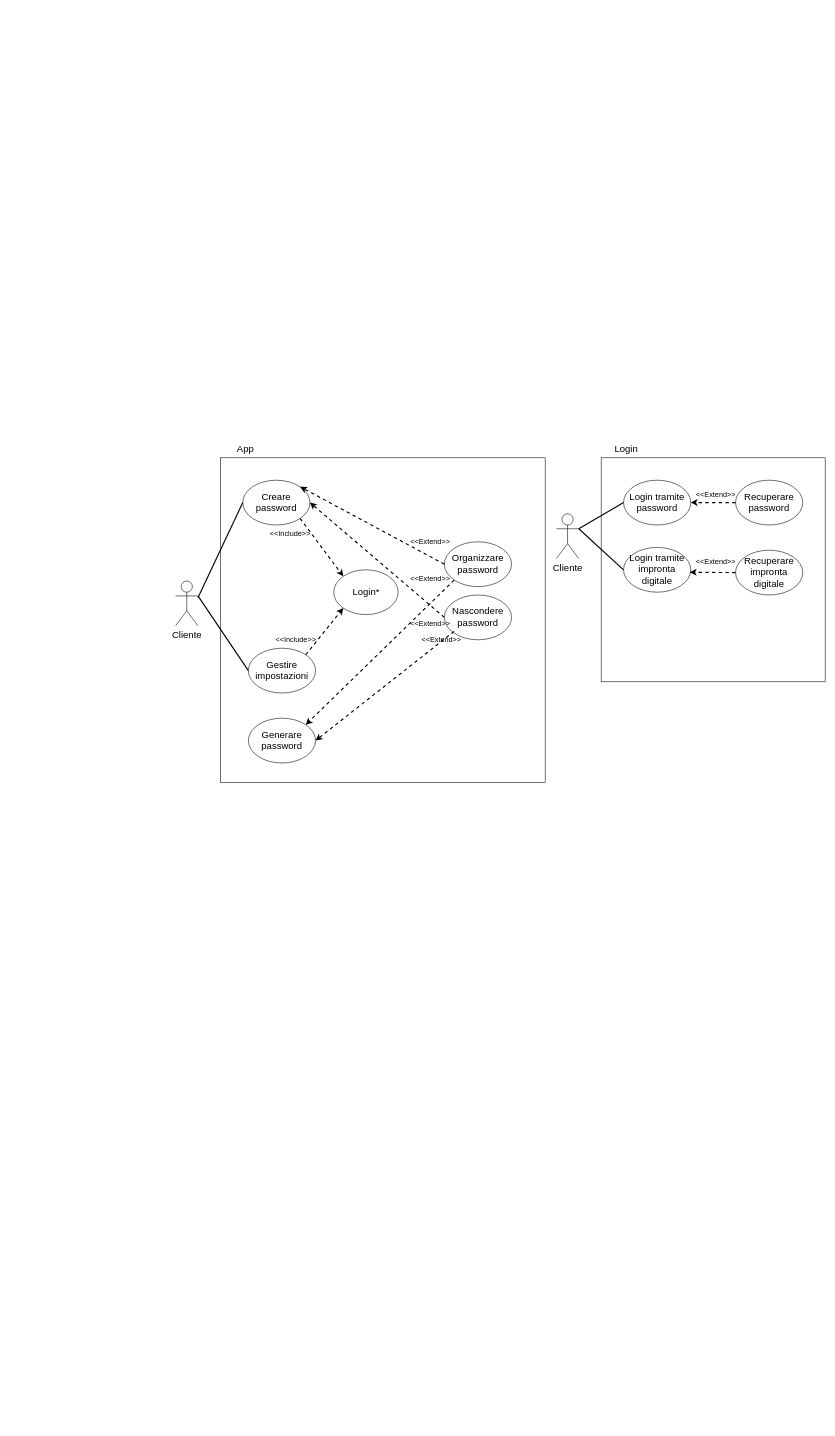
This is 3_Allegati/User Stories/Coso-esercizio.drawio from YehorVerkholomchuk/Modulo322, a draw.io file, before an edit. Source tidied: cells renumbered, new cells numbered last; positions are measured from the earlier drawing's top-left corner, leaving out a move shared by most shapes. Both pictures are drawn from the tidied source at 56%, with x=0, y=0 at pixel (175, 441).
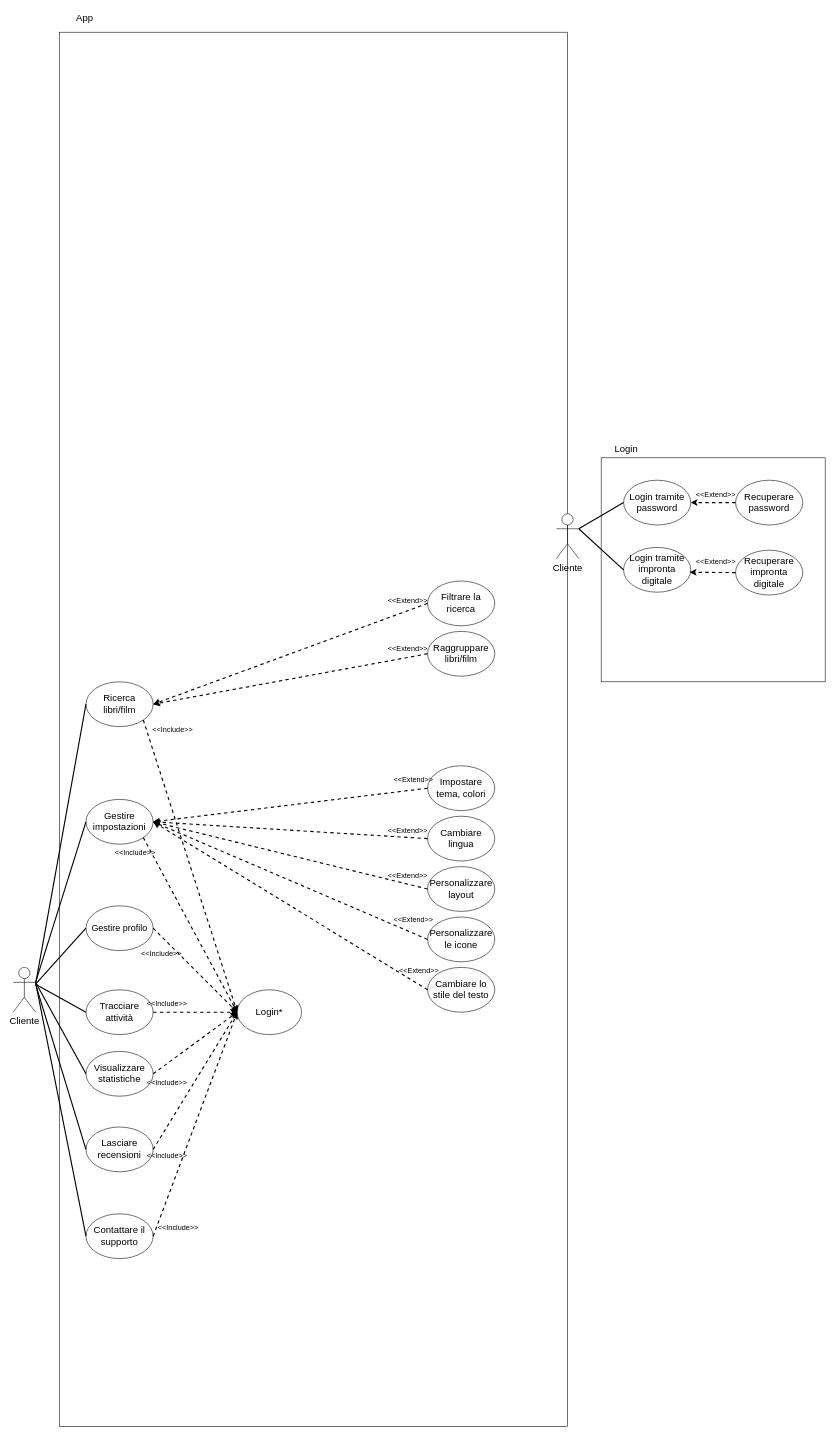
The same page after the edit.

Change to the diagram source:
```diff
@@
+    <mxCell id="38" style="rounded=0;whiteSpace=wrap;html=1;" parent="1" vertex="1">
+      <mxGeometry x="-207" y="-730" width="907" height="2490" as="geometry" />
+    </mxCell>
     <mxCell id="2" value="&lt;font style=&quot;font-size: 17px;&quot;&gt;Cliente&lt;/font&gt;" style="shape=umlActor;verticalLabelPosition=bottom;verticalAlign=top;html=1;outlineConnect=0;" parent="1" vertex="1">
-      <mxGeometry y="250" width="40" height="80" as="geometry" />
+      <mxGeometry x="-290" y="940" width="40" height="80" as="geometry" />
     </mxCell>
-    <mxCell id="3" style="whiteSpace=wrap;html=1;" parent="1" vertex="1">
-      <mxGeometry x="80" y="30" width="580" height="580" as="geometry" />
-    </mxCell>
-    <mxCell id="4" value="&lt;font style=&quot;font-size: 17px;&quot;&gt;Creare password&lt;/font&gt;" style="ellipse;whiteSpace=wrap;html=1;" parent="1" vertex="1">
-      <mxGeometry x="120" y="70" width="120" height="80" as="geometry" />
+    <mxCell id="4" value="&lt;span style=&quot;font-size: 17px;&quot;&gt;Ricerca libri/film&lt;/span&gt;" style="ellipse;whiteSpace=wrap;html=1;" parent="1" vertex="1">
+      <mxGeometry x="-160" y="430" width="120" height="80" as="geometry" />
     </mxCell>
     <mxCell id="5" style="endArrow=none;html=1;rounded=0;entryX=0;entryY=0.5;entryDx=0;entryDy=0;strokeWidth=2;" parent="1" edge="1" target="4">
       <mxGeometry relative="1" as="geometry">
-        <mxPoint x="40" y="280" as="sourcePoint" />
+        <mxPoint x="-250" y="970" as="sourcePoint" />
       </mxGeometry>
     </mxCell>
     <mxCell id="6" value="&lt;font style=&quot;font-size: 17px;&quot;&gt;Gestire impostazioni&lt;/font&gt;" style="ellipse;whiteSpace=wrap;html=1;" parent="1" vertex="1">
-      <mxGeometry x="130" y="370" width="120" height="80" as="geometry" />
+      <mxGeometry x="-160" y="640" width="120" height="80" as="geometry" />
     </mxCell>
@@
     <mxCell id="8" value="&lt;span style=&quot;font-size: 17px;&quot;&gt;App&lt;/span&gt;" style="text;html=1;whiteSpace=wrap;strokeColor=none;fillColor=none;align=center;verticalAlign=middle;rounded=0;" parent="1" vertex="1">
-      <mxGeometry x="80" width="90" height="30" as="geometry" />
+      <mxGeometry x="-207" y="-770" width="90" height="30" as="geometry" />
     </mxCell>
     <mxCell id="9" value="&lt;span style=&quot;font-size: 17px;&quot;&gt;Login*&lt;/span&gt;" style="ellipse;whiteSpace=wrap;html=1;" parent="1" vertex="1">
-      <mxGeometry x="282.5" y="230" width="115" height="80" as="geometry" />
+      <mxGeometry x="110" y="980" width="115" height="80" as="geometry" />
     </mxCell>
-    <mxCell id="10" style="endArrow=classic;dashed=1;html=1;rounded=0;exitX=1;exitY=1;exitDx=0;exitDy=0;entryX=0;entryY=0;entryDx=0;entryDy=0;strokeWidth=2;endFill=1;" parent="1" edge="1" source="4" target="9">
+    <mxCell id="10" style="endArrow=classic;dashed=1;html=1;rounded=0;exitX=1;exitY=1;exitDx=0;exitDy=0;entryX=0;entryY=0.5;entryDx=0;entryDy=0;strokeWidth=2;endFill=1;" parent="1" edge="1" source="4" target="9">
       <mxGeometry relative="1" as="geometry" />
     </mxCell>
     <mxCell id="11" value="&lt;font style=&quot;font-size: 13px;&quot;&gt;&amp;lt;&amp;lt;Include&amp;gt;&amp;gt;&lt;/font&gt;" style="text;html=1;whiteSpace=wrap;strokeColor=none;fillColor=none;align=center;verticalAlign=middle;rounded=0;" parent="1" vertex="1">
-      <mxGeometry x="160" y="150" width="90" height="30" as="geometry" />
+      <mxGeometry x="-50" y="500" width="90" height="30" as="geometry" />
     </mxCell>
-    <mxCell id="12" value="&lt;font style=&quot;font-size: 13px;&quot;&gt;&amp;lt;&amp;lt;Include&amp;gt;&amp;gt;&lt;/font&gt;" style="text;html=1;whiteSpace=wrap;strokeColor=none;fillColor=none;align=center;verticalAlign=middle;rounded=0;" parent="1" vertex="1">
-      <mxGeometry x="170" y="340" width="90" height="30" as="geometry" />
-    </mxCell>
-    <mxCell id="13" style="endArrow=classic;dashed=1;html=1;rounded=0;exitX=1;exitY=0;exitDx=0;exitDy=0;strokeWidth=2;startArrow=none;startFill=0;endFill=1;entryX=0;entryY=1;entryDx=0;entryDy=0;" parent="1" edge="1" source="6" target="9">
+    <mxCell id="13" style="endArrow=classic;dashed=1;html=1;rounded=0;exitX=1;exitY=1;exitDx=0;exitDy=0;strokeWidth=2;startArrow=none;startFill=0;endFill=1;entryX=0;entryY=0.5;entryDx=0;entryDy=0;" parent="1" edge="1" source="6" target="9">
       <mxGeometry relative="1" as="geometry" />
     </mxCell>
-    <mxCell id="14" value="&lt;font style=&quot;font-size: 17px;&quot;&gt;Organizzare password&lt;/font&gt;" style="ellipse;whiteSpace=wrap;html=1;" parent="1" vertex="1">
-      <mxGeometry x="480" y="180" width="120" height="80" as="geometry" />
-    </mxCell>
-    <mxCell id="15" value="&lt;font style=&quot;font-size: 17px;&quot;&gt;Nascondere password&lt;/font&gt;" style="ellipse;whiteSpace=wrap;html=1;" parent="1" vertex="1">
-      <mxGeometry x="480" y="275" width="120" height="80" as="geometry" />
-    </mxCell>
@@
-    <mxCell id="29" style="endArrow=classic;dashed=1;html=1;rounded=0;exitX=0;exitY=0.5;exitDx=0;exitDy=0;strokeWidth=2;startArrow=none;startFill=0;endFill=1;entryX=1;entryY=0;entryDx=0;entryDy=0;" parent="1" edge="1" source="14" target="4">
-      <mxGeometry relative="1" as="geometry" />
-    </mxCell>
-    <mxCell id="30" style="endArrow=classic;dashed=1;html=1;rounded=0;exitX=0;exitY=0.5;exitDx=0;exitDy=0;strokeWidth=2;startArrow=none;startFill=0;endFill=1;entryX=1;entryY=0.5;entryDx=0;entryDy=0;" parent="1" edge="1" source="15" target="4">
-      <mxGeometry relative="1" as="geometry" />
-    </mxCell>
-    <mxCell id="31" value="&lt;font style=&quot;font-size: 13px;&quot;&gt;&amp;lt;&amp;lt;Extend&amp;gt;&amp;gt;&lt;/font&gt;" style="text;html=1;whiteSpace=wrap;strokeColor=none;fillColor=none;align=center;verticalAlign=middle;rounded=0;" parent="1" vertex="1">
-      <mxGeometry x="410" y="230" width="90" height="30" as="geometry" />
-    </mxCell>
-    <mxCell id="32" value="&lt;font style=&quot;font-size: 13px;&quot;&gt;&amp;lt;&amp;lt;Extend&amp;gt;&amp;gt;&lt;/font&gt;" style="text;html=1;whiteSpace=wrap;strokeColor=none;fillColor=none;align=center;verticalAlign=middle;rounded=0;" parent="1" vertex="1">
-      <mxGeometry x="410" y="165" width="90" height="30" as="geometry" />
-    </mxCell>
-    <mxCell id="33" value="&lt;font style=&quot;font-size: 17px;&quot;&gt;Generare password&lt;/font&gt;" style="ellipse;whiteSpace=wrap;html=1;" parent="1" vertex="1">
-      <mxGeometry x="130" y="495" width="120" height="80" as="geometry" />
+    <mxCell id="33" value="&lt;span style=&quot;font-size: 16px;&quot;&gt;Gestire profilo&lt;/span&gt;" style="ellipse;whiteSpace=wrap;html=1;" parent="1" vertex="1">
+      <mxGeometry x="-160" y="830" width="120" height="80" as="geometry" />
     </mxCell>
-    <mxCell id="34" style="endArrow=classic;dashed=1;html=1;rounded=0;exitX=0.75;exitY=0;exitDx=0;exitDy=0;strokeWidth=2;startArrow=none;startFill=0;endFill=1;entryX=1;entryY=0.5;entryDx=0;entryDy=0;" parent="1" edge="1" source="35" target="33">
-      <mxGeometry relative="1" as="geometry" />
-    </mxCell>
-    <mxCell id="35" value="&lt;font style=&quot;font-size: 13px;&quot;&gt;&amp;lt;&amp;lt;Extend&amp;gt;&amp;gt;&lt;/font&gt;" style="text;html=1;whiteSpace=wrap;strokeColor=none;fillColor=none;align=center;verticalAlign=middle;rounded=0;" parent="1" vertex="1">
-      <mxGeometry x="430" y="340" width="90" height="30" as="geometry" />
-    </mxCell>
-    <mxCell id="36" style="endArrow=classic;dashed=1;html=1;rounded=0;exitX=0;exitY=1;exitDx=0;exitDy=0;strokeWidth=2;startArrow=none;startFill=0;endFill=1;entryX=1;entryY=0;entryDx=0;entryDy=0;" parent="1" edge="1" source="14" target="33">
-      <mxGeometry relative="1" as="geometry" />
-    </mxCell>
-    <mxCell id="37" value="&lt;font style=&quot;font-size: 13px;&quot;&gt;&amp;lt;&amp;lt;Extend&amp;gt;&amp;gt;&lt;/font&gt;" style="text;html=1;whiteSpace=wrap;strokeColor=none;fillColor=none;align=center;verticalAlign=middle;rounded=0;" parent="1" vertex="1">
-      <mxGeometry x="410" y="310" width="90" height="30" as="geometry" />
-    </mxCell>
+    <mxCell id="39" value="&lt;font style=&quot;font-size: 17px;&quot;&gt;Tracciare attività&lt;/font&gt;" style="ellipse;whiteSpace=wrap;html=1;" parent="1" vertex="1">
+      <mxGeometry x="-160" y="980" width="120" height="80" as="geometry" />
+    </mxCell>
+    <mxCell id="40" value="&lt;font style=&quot;font-size: 17px;&quot;&gt;Visualizzare statistiche&lt;/font&gt;" style="ellipse;whiteSpace=wrap;html=1;" parent="1" vertex="1">
+      <mxGeometry x="-160" y="1090" width="120" height="80" as="geometry" />
+    </mxCell>
+    <mxCell id="41" value="&lt;span style=&quot;font-size: 17px;&quot;&gt;Lasciare recensioni&lt;/span&gt;" style="ellipse;whiteSpace=wrap;html=1;" parent="1" vertex="1">
+      <mxGeometry x="-160" y="1225" width="120" height="80" as="geometry" />
+    </mxCell>
+    <mxCell id="42" value="&lt;span style=&quot;font-size: 17px;&quot;&gt;Contattare il supporto&lt;/span&gt;" style="ellipse;whiteSpace=wrap;html=1;" parent="1" vertex="1">
+      <mxGeometry x="-160" y="1380" width="120" height="80" as="geometry" />
+    </mxCell>
+    <mxCell id="43" style="endArrow=none;html=1;rounded=0;entryX=0;entryY=0.5;entryDx=0;entryDy=0;strokeWidth=2;" parent="1" edge="1" target="33">
+      <mxGeometry relative="1" as="geometry">
+        <mxPoint x="-250" y="970" as="sourcePoint" />
+      </mxGeometry>
+    </mxCell>
+    <mxCell id="44" style="endArrow=none;html=1;rounded=0;entryX=0;entryY=0.5;entryDx=0;entryDy=0;strokeWidth=2;" parent="1" edge="1" target="39">
+      <mxGeometry relative="1" as="geometry">
+        <mxPoint x="-250" y="970" as="sourcePoint" />
+      </mxGeometry>
+    </mxCell>
+    <mxCell id="45" style="endArrow=none;html=1;rounded=0;entryX=0;entryY=0.5;entryDx=0;entryDy=0;exitX=1;exitY=0.3333333333333333;exitDx=0;exitDy=0;exitPerimeter=0;strokeWidth=2;" parent="1" edge="1" source="2" target="40">
+      <mxGeometry relative="1" as="geometry" />
+    </mxCell>
+    <mxCell id="46" style="endArrow=none;html=1;rounded=0;entryX=0;entryY=0.5;entryDx=0;entryDy=0;strokeWidth=2;" parent="1" edge="1" target="41">
+      <mxGeometry relative="1" as="geometry">
+        <mxPoint x="-250" y="970" as="sourcePoint" />
+      </mxGeometry>
+    </mxCell>
+    <mxCell id="47" style="endArrow=none;html=1;rounded=0;entryX=1;entryY=0.3333333333333333;entryDx=0;entryDy=0;strokeWidth=2;exitX=0;exitY=0.5;exitDx=0;exitDy=0;entryPerimeter=0;" parent="1" edge="1" source="42" target="2">
+      <mxGeometry relative="1" as="geometry" />
+    </mxCell>
+    <mxCell id="48" style="endArrow=classic;dashed=1;html=1;rounded=0;exitX=1;exitY=0.5;exitDx=0;exitDy=0;strokeWidth=2;startArrow=none;startFill=0;endFill=1;entryX=0;entryY=0.5;entryDx=0;entryDy=0;" parent="1" edge="1" source="33" target="9">
+      <mxGeometry relative="1" as="geometry" />
+    </mxCell>
+    <mxCell id="49" style="endArrow=classic;dashed=1;html=1;rounded=0;exitX=1;exitY=0.5;exitDx=0;exitDy=0;strokeWidth=2;startArrow=none;startFill=0;endFill=1;entryX=0;entryY=0.5;entryDx=0;entryDy=0;" parent="1" edge="1" source="39" target="9">
+      <mxGeometry relative="1" as="geometry" />
+    </mxCell>
+    <mxCell id="50" style="endArrow=classic;dashed=1;html=1;rounded=0;exitX=1;exitY=0.5;exitDx=0;exitDy=0;strokeWidth=2;startArrow=none;startFill=0;endFill=1;entryX=0;entryY=0.5;entryDx=0;entryDy=0;" parent="1" edge="1" source="40" target="9">
+      <mxGeometry relative="1" as="geometry" />
+    </mxCell>
+    <mxCell id="51" style="endArrow=classic;dashed=1;html=1;rounded=0;exitX=1;exitY=0.5;exitDx=0;exitDy=0;strokeWidth=2;startArrow=none;startFill=0;endFill=1;entryX=0;entryY=0.5;entryDx=0;entryDy=0;" parent="1" edge="1" source="41" target="9">
+      <mxGeometry relative="1" as="geometry" />
+    </mxCell>
+    <mxCell id="52" style="endArrow=classic;dashed=1;html=1;rounded=0;exitX=1;exitY=0.5;exitDx=0;exitDy=0;strokeWidth=2;startArrow=none;startFill=0;endFill=1;entryX=0;entryY=0.5;entryDx=0;entryDy=0;" parent="1" edge="1" source="42" target="9">
+      <mxGeometry relative="1" as="geometry" />
+    </mxCell>
+    <mxCell id="53" value="&lt;font style=&quot;font-size: 13px;&quot;&gt;&amp;lt;&amp;lt;Include&amp;gt;&amp;gt;&lt;/font&gt;" style="text;html=1;whiteSpace=wrap;strokeColor=none;fillColor=none;align=center;verticalAlign=middle;rounded=0;" parent="1" vertex="1">
+      <mxGeometry x="-117" y="720" width="90" height="30" as="geometry" />
+    </mxCell>
+    <mxCell id="54" value="&lt;font style=&quot;font-size: 13px;&quot;&gt;&amp;lt;&amp;lt;Include&amp;gt;&amp;gt;&lt;/font&gt;" style="text;html=1;whiteSpace=wrap;strokeColor=none;fillColor=none;align=center;verticalAlign=middle;rounded=0;" parent="1" vertex="1">
+      <mxGeometry x="-70" y="900" width="90" height="30" as="geometry" />
+    </mxCell>
+    <mxCell id="55" value="&lt;font style=&quot;font-size: 13px;&quot;&gt;&amp;lt;&amp;lt;Include&amp;gt;&amp;gt;&lt;/font&gt;" style="text;html=1;whiteSpace=wrap;strokeColor=none;fillColor=none;align=center;verticalAlign=middle;rounded=0;" parent="1" vertex="1">
+      <mxGeometry x="-60" y="990" width="90" height="30" as="geometry" />
+    </mxCell>
+    <mxCell id="56" value="&lt;font style=&quot;font-size: 13px;&quot;&gt;&amp;lt;&amp;lt;Include&amp;gt;&amp;gt;&lt;/font&gt;" style="text;html=1;whiteSpace=wrap;strokeColor=none;fillColor=none;align=center;verticalAlign=middle;rounded=0;" parent="1" vertex="1">
+      <mxGeometry x="-60" y="1130" width="90" height="30" as="geometry" />
+    </mxCell>
+    <mxCell id="57" value="&lt;font style=&quot;font-size: 13px;&quot;&gt;&amp;lt;&amp;lt;Include&amp;gt;&amp;gt;&lt;/font&gt;" style="text;html=1;whiteSpace=wrap;strokeColor=none;fillColor=none;align=center;verticalAlign=middle;rounded=0;" parent="1" vertex="1">
+      <mxGeometry x="-40" y="1390" width="90" height="30" as="geometry" />
+    </mxCell>
+    <mxCell id="58" value="&lt;font style=&quot;font-size: 13px;&quot;&gt;&amp;lt;&amp;lt;Include&amp;gt;&amp;gt;&lt;/font&gt;" style="text;html=1;whiteSpace=wrap;strokeColor=none;fillColor=none;align=center;verticalAlign=middle;rounded=0;" parent="1" vertex="1">
+      <mxGeometry x="-60" y="1260" width="90" height="30" as="geometry" />
+    </mxCell>
+    <mxCell id="59" value="&lt;span style=&quot;font-size: 17px;&quot;&gt;Filtrare la ricerca&lt;/span&gt;" style="ellipse;whiteSpace=wrap;html=1;" parent="1" vertex="1">
+      <mxGeometry x="450" y="250" width="120" height="80" as="geometry" />
+    </mxCell>
+    <mxCell id="60" style="endArrow=classic;dashed=1;html=1;rounded=0;exitX=0;exitY=0.5;exitDx=0;exitDy=0;entryX=1;entryY=0.5;entryDx=0;entryDy=0;strokeWidth=2;endFill=1;" parent="1" edge="1" source="59" target="4">
+      <mxGeometry relative="1" as="geometry" />
+    </mxCell>
+    <mxCell id="61" value="&lt;font style=&quot;font-size: 13px;&quot;&gt;&amp;lt;&amp;lt;Extend&amp;gt;&amp;gt;&lt;/font&gt;" style="text;html=1;whiteSpace=wrap;strokeColor=none;fillColor=none;align=center;verticalAlign=middle;rounded=0;" parent="1" vertex="1">
+      <mxGeometry x="370" y="270" width="90" height="30" as="geometry" />
+    </mxCell>
+    <mxCell id="62" value="&lt;span style=&quot;font-size: 17px;&quot;&gt;Raggruppare libri/film&lt;/span&gt;" style="ellipse;whiteSpace=wrap;html=1;" parent="1" vertex="1">
+      <mxGeometry x="450" y="340" width="120" height="80" as="geometry" />
+    </mxCell>
+    <mxCell id="63" style="endArrow=classic;dashed=1;html=1;rounded=0;exitX=0;exitY=0.5;exitDx=0;exitDy=0;entryX=1;entryY=0.5;entryDx=0;entryDy=0;strokeWidth=2;endFill=1;" parent="1" edge="1" source="62" target="4">
+      <mxGeometry relative="1" as="geometry" />
+    </mxCell>
+    <mxCell id="64" value="&lt;font style=&quot;font-size: 13px;&quot;&gt;&amp;lt;&amp;lt;Extend&amp;gt;&amp;gt;&lt;/font&gt;" style="text;html=1;whiteSpace=wrap;strokeColor=none;fillColor=none;align=center;verticalAlign=middle;rounded=0;" parent="1" vertex="1">
+      <mxGeometry x="370" y="355" width="90" height="30" as="geometry" />
+    </mxCell>
+    <mxCell id="65" value="&lt;span style=&quot;font-size: 17px;&quot;&gt;Impostare tema, colori&lt;/span&gt;" style="ellipse;whiteSpace=wrap;html=1;" parent="1" vertex="1">
+      <mxGeometry x="450" y="580" width="120" height="80" as="geometry" />
+    </mxCell>
+    <mxCell id="66" style="endArrow=classic;dashed=1;html=1;rounded=0;exitX=0;exitY=0.5;exitDx=0;exitDy=0;entryX=1;entryY=0.5;entryDx=0;entryDy=0;strokeWidth=2;endFill=1;" parent="1" edge="1" source="65" target="6">
+      <mxGeometry relative="1" as="geometry" />
+    </mxCell>
+    <mxCell id="67" value="&lt;font style=&quot;font-size: 13px;&quot;&gt;&amp;lt;&amp;lt;Extend&amp;gt;&amp;gt;&lt;/font&gt;" style="text;html=1;whiteSpace=wrap;strokeColor=none;fillColor=none;align=center;verticalAlign=middle;rounded=0;" parent="1" vertex="1">
+      <mxGeometry x="370" y="680" width="90" height="30" as="geometry" />
+    </mxCell>
+    <mxCell id="68" value="&lt;span style=&quot;font-size: 17px;&quot;&gt;Cambiare lingua&lt;/span&gt;" style="ellipse;whiteSpace=wrap;html=1;" parent="1" vertex="1">
+      <mxGeometry x="450" y="670" width="120" height="80" as="geometry" />
+    </mxCell>
+    <mxCell id="69" style="endArrow=classic;dashed=1;html=1;rounded=0;exitX=0;exitY=0.5;exitDx=0;exitDy=0;entryX=1;entryY=0.5;entryDx=0;entryDy=0;strokeWidth=2;endFill=1;" parent="1" edge="1" source="68" target="6">
+      <mxGeometry relative="1" as="geometry" />
+    </mxCell>
+    <mxCell id="70" value="&lt;font style=&quot;font-size: 13px;&quot;&gt;&amp;lt;&amp;lt;Extend&amp;gt;&amp;gt;&lt;/font&gt;" style="text;html=1;whiteSpace=wrap;strokeColor=none;fillColor=none;align=center;verticalAlign=middle;rounded=0;" parent="1" vertex="1">
+      <mxGeometry x="380" y="590" width="90" height="30" as="geometry" />
+    </mxCell>
+    <mxCell id="71" value="&lt;span style=&quot;font-size: 17px;&quot;&gt;Personalizzare layout&lt;/span&gt;" style="ellipse;whiteSpace=wrap;html=1;" parent="1" vertex="1">
+      <mxGeometry x="450" y="760" width="120" height="80" as="geometry" />
+    </mxCell>
+    <mxCell id="72" style="endArrow=classic;dashed=1;html=1;rounded=0;exitX=0;exitY=0.5;exitDx=0;exitDy=0;entryX=1;entryY=0.5;entryDx=0;entryDy=0;strokeWidth=2;endFill=1;" parent="1" edge="1" source="71" target="6">
+      <mxGeometry relative="1" as="geometry" />
+    </mxCell>
+    <mxCell id="73" value="&lt;font style=&quot;font-size: 13px;&quot;&gt;&amp;lt;&amp;lt;Extend&amp;gt;&amp;gt;&lt;/font&gt;" style="text;html=1;whiteSpace=wrap;strokeColor=none;fillColor=none;align=center;verticalAlign=middle;rounded=0;" parent="1" vertex="1">
+      <mxGeometry x="370" y="760" width="90" height="30" as="geometry" />
+    </mxCell>
+    <mxCell id="74" value="&lt;span style=&quot;font-size: 17px;&quot;&gt;Personalizzare le icone&lt;/span&gt;" style="ellipse;whiteSpace=wrap;html=1;" parent="1" vertex="1">
+      <mxGeometry x="450" y="850" width="120" height="80" as="geometry" />
+    </mxCell>
+    <mxCell id="75" style="endArrow=classic;dashed=1;html=1;rounded=0;exitX=0;exitY=0.5;exitDx=0;exitDy=0;entryX=1;entryY=0.5;entryDx=0;entryDy=0;strokeWidth=2;endFill=1;" parent="1" edge="1" source="74" target="6">
+      <mxGeometry relative="1" as="geometry" />
+    </mxCell>
+    <mxCell id="76" value="&lt;font style=&quot;font-size: 13px;&quot;&gt;&amp;lt;&amp;lt;Extend&amp;gt;&amp;gt;&lt;/font&gt;" style="text;html=1;whiteSpace=wrap;strokeColor=none;fillColor=none;align=center;verticalAlign=middle;rounded=0;" parent="1" vertex="1">
+      <mxGeometry x="380" y="840" width="90" height="30" as="geometry" />
+    </mxCell>
+    <mxCell id="77" value="&lt;span style=&quot;font-size: 17px;&quot;&gt;Cambiare lo stile del testo&lt;/span&gt;" style="ellipse;whiteSpace=wrap;html=1;" parent="1" vertex="1">
+      <mxGeometry x="450" y="940" width="120" height="80" as="geometry" />
+    </mxCell>
+    <mxCell id="78" style="endArrow=classic;dashed=1;html=1;rounded=0;exitX=0;exitY=0.5;exitDx=0;exitDy=0;entryX=1;entryY=0.5;entryDx=0;entryDy=0;strokeWidth=2;endFill=1;" parent="1" edge="1" source="77" target="6">
+      <mxGeometry relative="1" as="geometry" />
+    </mxCell>
+    <mxCell id="79" value="&lt;font style=&quot;font-size: 13px;&quot;&gt;&amp;lt;&amp;lt;Extend&amp;gt;&amp;gt;&lt;/font&gt;" style="text;html=1;whiteSpace=wrap;strokeColor=none;fillColor=none;align=center;verticalAlign=middle;rounded=0;" parent="1" vertex="1">
+      <mxGeometry x="390" y="930" width="90" height="30" as="geometry" />
+    </mxCell>
```
